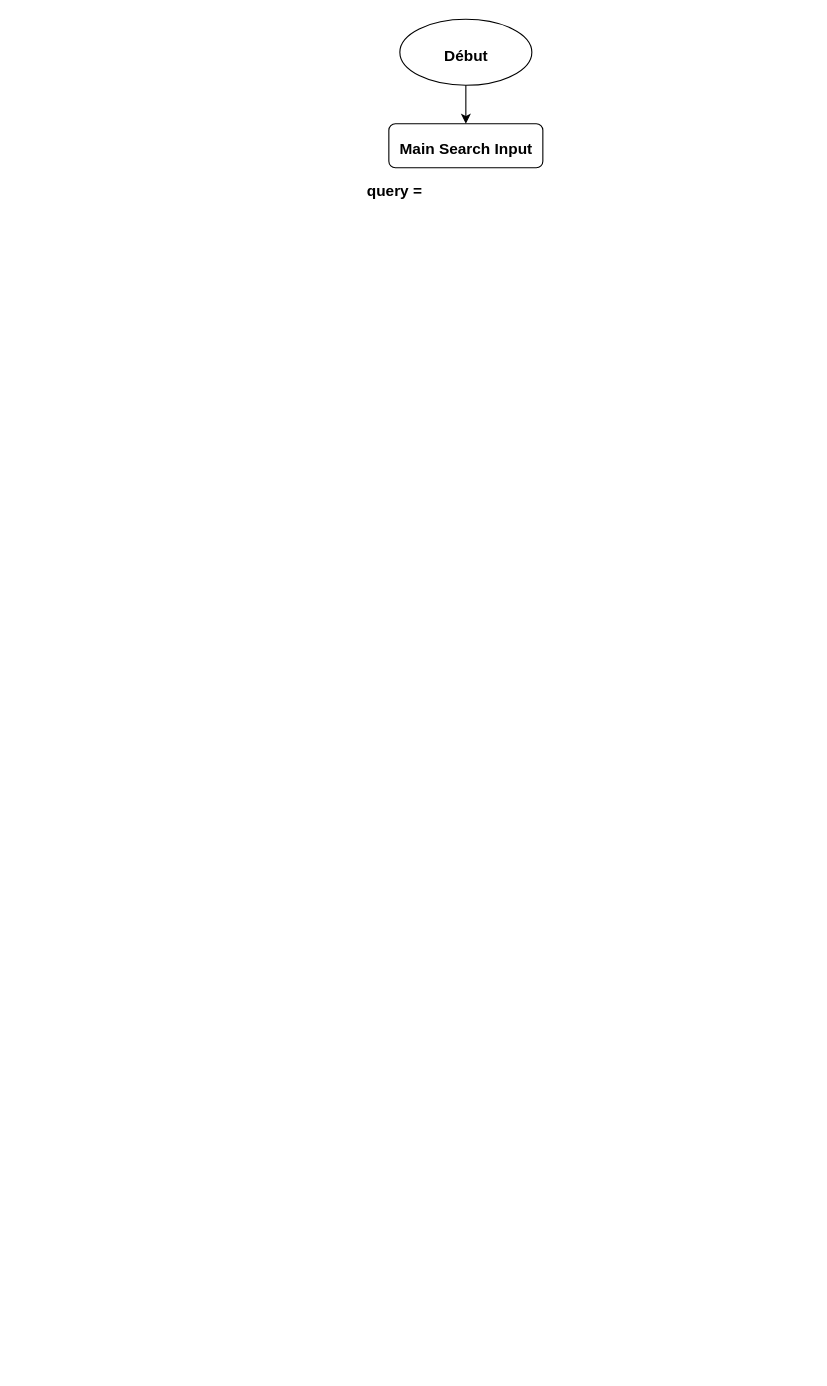
This is array-method.drawio from Matfen2/Les-Petits-Plats, a draw.io file, before an edit. Source tidied: cells renumbered, new cells numbered last; positions are measured from the earlier drawing's top-left corner, leaving out a move shared by most shapes. Both pictures are drawn from the tidied source at 110%, with x=0, y=0 at pixel (366, 19).
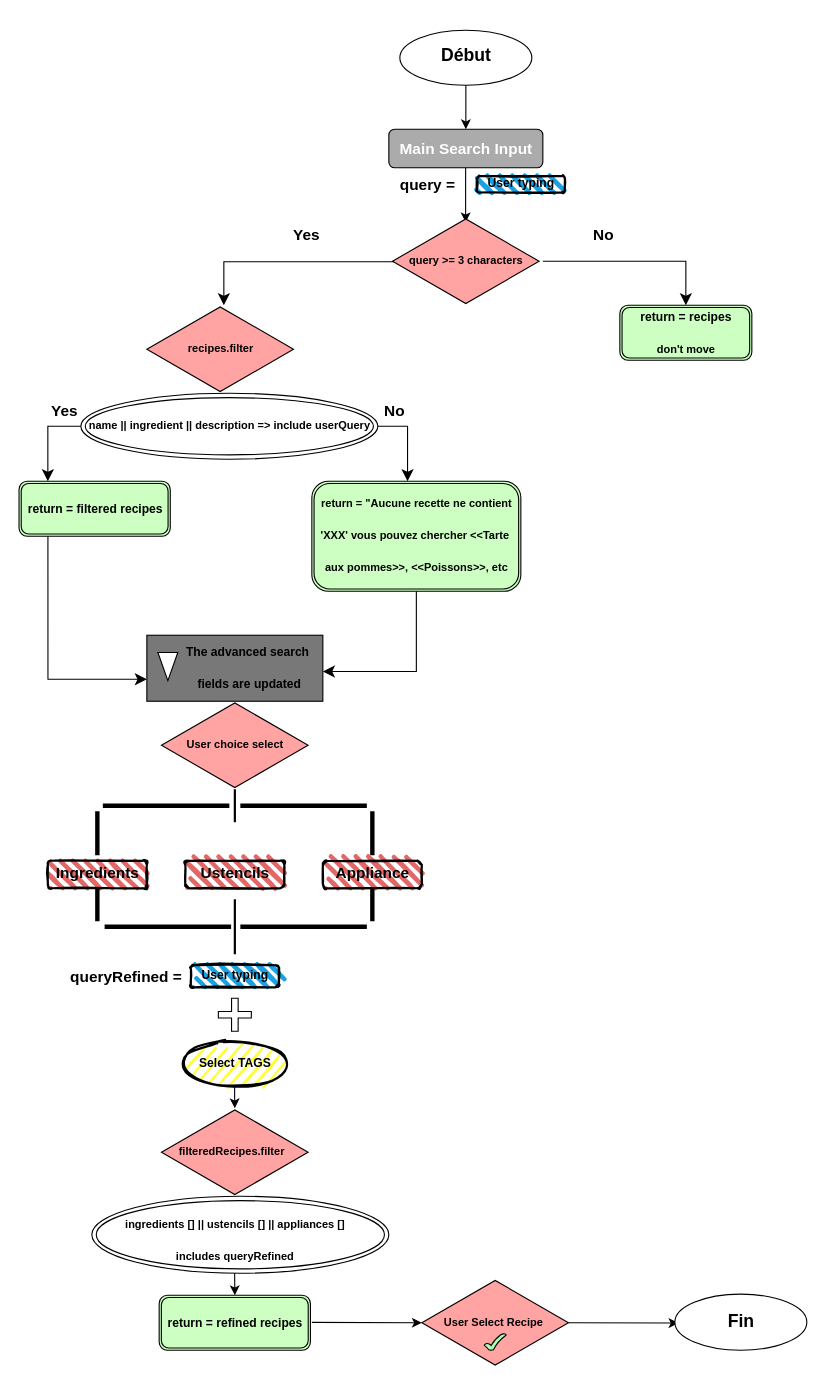
The same page after the edit.

Commit message (it also covers changes not shown here):
Mettre à jour array-method.drawio

What changed in the source:
```diff
@@
     <mxCell id="2" style="ellipse;whiteSpace=wrap;html=1;" parent="1" vertex="1">
-      <mxGeometry x="30" width="120" height="60" as="geometry" />
+      <mxGeometry x="30" y="10" width="120" height="50" as="geometry" />
     </mxCell>
-    <mxCell id="3" style="rounded=1;whiteSpace=wrap;html=1;labelBackgroundColor=#A3A3A3;" parent="1" vertex="1">
-      <mxGeometry x="20" y="95" width="140" height="40" as="geometry" />
+    <mxCell id="3" style="rounded=1;whiteSpace=wrap;html=1;labelBackgroundColor=#A3A3A3;textShadow=0;labelBorderColor=none;fillColor=#ABABAB;" parent="1" vertex="1">
+      <mxGeometry x="20" y="100" width="140" height="35" as="geometry" />
     </mxCell>
-    <mxCell id="4" value="&lt;font style=&quot;font-size: 14px;&quot;&gt;Main Search Input&lt;/font&gt;" style="text;strokeColor=none;fillColor=none;html=1;fontSize=24;fontStyle=1;verticalAlign=middle;align=center;" parent="1" vertex="1">
+    <mxCell id="4" value="&lt;font style=&quot;font-size: 14px; color: rgb(255, 255, 255);&quot;&gt;Main Search Input&lt;/font&gt;" style="text;strokeColor=none;fillColor=none;html=1;fontSize=24;fontStyle=1;verticalAlign=middle;align=center;" parent="1" vertex="1">
       <mxGeometry x="40" y="110" width="100" height="10" as="geometry" />
     </mxCell>
-    <mxCell id="5" value="&lt;span style=&quot;font-size: 14px;&quot;&gt;Début&lt;/span&gt;" style="text;strokeColor=none;fillColor=none;html=1;fontSize=24;fontStyle=1;verticalAlign=middle;align=center;" parent="1" vertex="1">
-      <mxGeometry x="65" y="27.5" width="50" height="5" as="geometry" />
+    <mxCell id="5" value="&lt;font style=&quot;font-size: 16px;&quot;&gt;Début&lt;/font&gt;" style="text;strokeColor=none;fillColor=none;html=1;fontSize=24;fontStyle=1;verticalAlign=middle;align=center;" parent="1" vertex="1">
+      <mxGeometry x="65" y="23.8" width="50" height="12.5" as="geometry" />
     </mxCell>
@@
     <mxCell id="7" value="&lt;span style=&quot;font-size: 14px;&quot;&gt;query =&lt;/span&gt;" style="text;strokeColor=none;fillColor=none;html=1;fontSize=24;fontStyle=1;verticalAlign=middle;align=center;" parent="1" vertex="1">
-      <mxGeometry y="150" width="50" height="5" as="geometry" />
+      <mxGeometry x="30" y="145" width="50" height="5" as="geometry" />
     </mxCell>
+    <mxCell id="8" style="rounded=1;whiteSpace=wrap;html=1;strokeWidth=2;fillWeight=4;hachureGap=8;hachureAngle=45;fillColor=#1ba1e2;sketch=1;" parent="1" vertex="1">
+      <mxGeometry x="100" y="142.5" width="80" height="15" as="geometry" />
+    </mxCell>
+    <mxCell id="9" value="&lt;font style=&quot;font-size: 11px;&quot;&gt;User typing&lt;/font&gt;" style="text;strokeColor=none;fillColor=none;html=1;fontSize=24;fontStyle=1;verticalAlign=middle;align=center;" parent="1" vertex="1">
+      <mxGeometry x="90" y="140" width="100" height="10" as="geometry" />
+    </mxCell>
+    <mxCell id="10" style="endArrow=classic;html=1;rounded=0;entryX=0.499;entryY=0.058;entryDx=0;entryDy=0;entryPerimeter=0;" parent="1" edge="1" target="11">
+      <mxGeometry relative="1" as="geometry">
+        <mxPoint x="89.8" y="135" as="sourcePoint" />
+        <Array as="points">
+          <mxPoint x="89.8" y="145" />
+        </Array>
+      </mxGeometry>
+    </mxCell>
+    <mxCell id="11" style="html=1;whiteSpace=wrap;shape=isoRectangle;labelBackgroundColor=#FF0000;fillColor=#FFA3A3;" parent="1" vertex="1">
+      <mxGeometry x="23.3" y="180" width="133.3" height="80" as="geometry" />
+    </mxCell>
+    <mxCell id="12" value="&lt;font style=&quot;font-size: 10px;&quot;&gt;query &amp;gt;= 3 characters&lt;/font&gt;" style="text;strokeColor=none;fillColor=none;html=1;fontSize=24;fontStyle=1;verticalAlign=middle;align=center;" parent="1" vertex="1">
+      <mxGeometry x="45" y="210" width="90" height="10" as="geometry" />
+    </mxCell>
+    <mxCell id="13" style="edgeStyle=segmentEdgeStyle;endArrow=classic;html=1;curved=0;rounded=0;endSize=8;startSize=8;" parent="1" edge="1">
+      <mxGeometry relative="1" as="geometry">
+        <mxPoint x="160" y="220" as="sourcePoint" />
+        <mxPoint x="290" y="260" as="targetPoint" />
+      </mxGeometry>
+    </mxCell>
+    <mxCell id="14" style="shape=ext;double=1;rounded=1;whiteSpace=wrap;html=1;fillColor=#CCFFC1;" parent="1" vertex="1">
+      <mxGeometry x="230" y="260" width="120" height="50" as="geometry" />
+    </mxCell>
+    <mxCell id="15" value="&lt;font style=&quot;font-size: 11px;&quot;&gt;return = recipes&lt;/font&gt;&lt;div&gt;&lt;span style=&quot;font-size: 10px; background-color: transparent; color: light-dark(rgb(0, 0, 0), rgb(255, 255, 255));&quot;&gt;don't move&lt;/span&gt;&lt;/div&gt;" style="text;strokeColor=none;fillColor=none;html=1;fontSize=24;fontStyle=1;verticalAlign=middle;align=center;" parent="1" vertex="1">
+      <mxGeometry x="242.5" y="280" width="95" as="geometry" />
+    </mxCell>
+    <mxCell id="16" style="edgeStyle=segmentEdgeStyle;endArrow=classic;html=1;curved=0;rounded=0;endSize=8;startSize=8;exitX=0.009;exitY=0.505;exitDx=0;exitDy=0;exitPerimeter=0;" parent="1" edge="1" source="11" target="17">
+      <mxGeometry relative="1" as="geometry">
+        <Array as="points">
+          <mxPoint x="-130" y="220" />
+        </Array>
+      </mxGeometry>
+    </mxCell>
+    <mxCell id="17" style="html=1;whiteSpace=wrap;shape=isoRectangle;labelBackgroundColor=#FF0000;fillColor=#FFA3A3;" parent="1" vertex="1">
+      <mxGeometry x="-200" y="260" width="133.3" height="80" as="geometry" />
+    </mxCell>
+    <mxCell id="18" value="&lt;span style=&quot;font-size: 10px;&quot;&gt;recipes.filter&lt;/span&gt;" style="text;strokeColor=none;fillColor=none;html=1;fontSize=24;fontStyle=1;verticalAlign=middle;align=center;" parent="1" vertex="1">
+      <mxGeometry x="-178.3" y="290" width="90" height="10" as="geometry" />
+    </mxCell>
+    <mxCell id="19" style="ellipse;shape=doubleEllipse;whiteSpace=wrap;html=1;" parent="1" vertex="1">
+      <mxGeometry x="-260" y="340" width="270" height="60" as="geometry" />
+    </mxCell>
+    <mxCell id="20" value="&lt;span style=&quot;font-size: 10px;&quot;&gt;name || ingredient || description =&amp;gt; include userQuery&lt;/span&gt;" style="text;strokeColor=none;fillColor=none;html=1;fontSize=24;fontStyle=1;verticalAlign=middle;align=center;" parent="1" vertex="1">
+      <mxGeometry x="-170" y="360" width="90" height="10" as="geometry" />
+    </mxCell>
+    <mxCell id="21" style="edgeStyle=elbowEdgeStyle;elbow=vertical;endArrow=classic;html=1;curved=0;rounded=0;endSize=8;startSize=8;" parent="1" edge="1">
+      <mxGeometry relative="1" as="geometry">
+        <mxPoint x="10" y="370" as="sourcePoint" />
+        <mxPoint x="37" y="420" as="targetPoint" />
+        <Array as="points">
+          <mxPoint x="40" y="370" />
+        </Array>
+      </mxGeometry>
+    </mxCell>
+    <mxCell id="22" style="edgeStyle=elbowEdgeStyle;elbow=horizontal;endArrow=classic;html=1;curved=0;rounded=0;endSize=8;startSize=8;exitX=0;exitY=0.5;exitDx=0;exitDy=0;" parent="1" edge="1" source="19">
+      <mxGeometry relative="1" as="geometry">
+        <mxPoint x="-290" y="420" as="targetPoint" />
+        <Array as="points">
+          <mxPoint x="-290" y="350" />
+        </Array>
+      </mxGeometry>
+    </mxCell>
+    <mxCell id="23" style="shape=ext;double=1;rounded=1;whiteSpace=wrap;html=1;fillColor=#CCFFC1;" parent="1" vertex="1">
+      <mxGeometry x="-50" y="420" width="190" height="100" as="geometry" />
+    </mxCell>
+    <mxCell id="24" value="&lt;span style=&quot;font-size: 10px;&quot;&gt;return = &quot;Aucune recette ne contient&lt;/span&gt;&lt;div&gt;&lt;span style=&quot;font-size: 10px;&quot;&gt;'XXX' vous pouvez chercher &amp;lt;&amp;lt;Tarte&amp;nbsp;&lt;/span&gt;&lt;/div&gt;&lt;div&gt;&lt;span style=&quot;font-size: 10px;&quot;&gt;aux pommes&amp;gt;&amp;gt;, &amp;lt;&amp;lt;Poissons&amp;gt;&amp;gt;, etc&lt;/span&gt;&lt;/div&gt;" style="text;strokeColor=none;fillColor=none;html=1;fontSize=24;fontStyle=1;verticalAlign=middle;align=center;spacing=0;" parent="1" vertex="1">
+      <mxGeometry y="460" width="90" height="10" as="geometry" />
+    </mxCell>
+    <mxCell id="25" style="shape=ext;double=1;rounded=1;whiteSpace=wrap;html=1;fillColor=#CCFFC1;" parent="1" vertex="1">
+      <mxGeometry x="-316.2" y="420" width="137.5" height="50" as="geometry" />
+    </mxCell>
+    <mxCell id="26" value="&lt;font style=&quot;font-size: 11px;&quot;&gt;return = filtered recipes&lt;/font&gt;" style="text;strokeColor=none;fillColor=none;html=1;fontSize=24;fontStyle=1;verticalAlign=middle;align=center;" parent="1" vertex="1">
+      <mxGeometry x="-295" y="440" width="95" as="geometry" />
+    </mxCell>
+    <mxCell id="27" style="edgeStyle=segmentEdgeStyle;endArrow=classic;html=1;curved=0;rounded=0;endSize=8;startSize=8;exitX=0.191;exitY=1;exitDx=0;exitDy=0;exitPerimeter=0;" parent="1" edge="1" source="25">
+      <mxGeometry relative="1" as="geometry">
+        <mxPoint x="-200" y="600" as="targetPoint" />
+        <Array as="points">
+          <mxPoint x="-290" y="600" />
+        </Array>
+      </mxGeometry>
+    </mxCell>
+    <mxCell id="28" style="rounded=0;whiteSpace=wrap;html=1;fillColor=#787878;" parent="1" vertex="1">
+      <mxGeometry x="-200" y="560" width="160" height="60" as="geometry" />
+    </mxCell>
+    <mxCell id="29" style="triangle;whiteSpace=wrap;html=1;rotation=90;" parent="1" vertex="1">
+      <mxGeometry x="-193.7" y="579.4" width="25.6" height="18.1" as="geometry" />
+    </mxCell>
+    <mxCell id="30" value="&lt;span style=&quot;font-size: 11px;&quot;&gt;The advanced search&amp;nbsp;&lt;/span&gt;&lt;div&gt;&lt;span style=&quot;font-size: 11px;&quot;&gt;fields are updated&lt;/span&gt;&lt;/div&gt;" style="text;strokeColor=none;fillColor=none;html=1;fontSize=24;fontStyle=1;verticalAlign=middle;align=center;" parent="1" vertex="1">
+      <mxGeometry x="-155" y="584.7" width="95" as="geometry" />
+    </mxCell>
+    <mxCell id="31" style="edgeStyle=segmentEdgeStyle;endArrow=classic;html=1;curved=0;rounded=0;endSize=8;startSize=8;exitX=0.5;exitY=1;exitDx=0;exitDy=0;" parent="1" edge="1" source="23">
+      <mxGeometry relative="1" as="geometry">
+        <mxPoint x="-40" y="593" as="targetPoint" />
+        <Array as="points">
+          <mxPoint x="45" y="593" />
+        </Array>
+      </mxGeometry>
+    </mxCell>
+    <mxCell id="32" style="html=1;whiteSpace=wrap;shape=isoRectangle;labelBackgroundColor=#FF0000;fillColor=#FFA3A3;" parent="1" vertex="1">
+      <mxGeometry x="-186.7" y="620" width="133.3" height="80" as="geometry" />
+    </mxCell>
+    <mxCell id="33" value="&lt;span style=&quot;font-size: 10px;&quot;&gt;User choice select&lt;/span&gt;" style="text;strokeColor=none;fillColor=none;html=1;fontSize=24;fontStyle=1;verticalAlign=middle;align=center;" parent="1" vertex="1">
+      <mxGeometry x="-165" y="650" width="90" height="10" as="geometry" />
+    </mxCell>
+    <mxCell id="34" style="line;strokeWidth=2;direction=south;html=1;" parent="1" vertex="1">
+      <mxGeometry x="-125" y="700" width="10" height="30" as="geometry" />
+    </mxCell>
+    <mxCell id="35" style="line;strokeWidth=4;html=1;perimeter=backbonePerimeter;" parent="1" vertex="1">
+      <mxGeometry x="-115" y="710" width="115" height="10" as="geometry" />
+    </mxCell>
+    <mxCell id="36" style="line;strokeWidth=4;direction=south;html=1;perimeter=backbonePerimeter;" parent="1" vertex="1">
+      <mxGeometry y="720" width="10" height="40" as="geometry" />
+    </mxCell>
+    <mxCell id="37" style="rounded=1;whiteSpace=wrap;html=1;strokeWidth=2;fillWeight=4;hachureGap=8;hachureAngle=45;fillColor=#E26767;sketch=1;" parent="1" vertex="1">
+      <mxGeometry x="-290" y="765" width="90" height="25" as="geometry" />
+    </mxCell>
+    <mxCell id="38" style="line;strokeWidth=4;html=1;perimeter=backbonePerimeter;" parent="1" vertex="1">
+      <mxGeometry x="-240" y="710" width="115" height="10" as="geometry" />
+    </mxCell>
+    <mxCell id="39" style="line;strokeWidth=4;direction=south;html=1;perimeter=backbonePerimeter;" parent="1" vertex="1">
+      <mxGeometry x="-250" y="720" width="10" height="40" as="geometry" />
+    </mxCell>
+    <mxCell id="40" style="rounded=1;whiteSpace=wrap;html=1;strokeWidth=2;fillWeight=4;hachureGap=8;hachureAngle=45;fillColor=#E26767;sketch=1;" parent="1" vertex="1">
+      <mxGeometry x="-165" y="765" width="90" height="25" as="geometry" />
+    </mxCell>
+    <mxCell id="41" style="rounded=1;whiteSpace=wrap;html=1;strokeWidth=2;fillWeight=4;hachureGap=8;hachureAngle=45;fillColor=#E26767;sketch=1;" parent="1" vertex="1">
+      <mxGeometry x="-40" y="765" width="90" height="25" as="geometry" />
+    </mxCell>
+    <mxCell id="42" value="&lt;font style=&quot;font-size: 14px;&quot;&gt;Ingredients&lt;/font&gt;" style="text;strokeColor=none;fillColor=none;html=1;fontSize=24;fontStyle=1;verticalAlign=middle;align=center;" parent="1" vertex="1">
+      <mxGeometry x="-290" y="770" width="90" height="5" as="geometry" />
+    </mxCell>
+    <mxCell id="43" value="&lt;span style=&quot;font-size: 14px;&quot;&gt;Ustencils&lt;/span&gt;" style="text;strokeColor=none;fillColor=none;html=1;fontSize=24;fontStyle=1;verticalAlign=middle;align=center;" parent="1" vertex="1">
+      <mxGeometry x="-165" y="770" width="90" height="5" as="geometry" />
+    </mxCell>
+    <mxCell id="44" value="&lt;span style=&quot;font-size: 14px;&quot;&gt;Appliance&lt;/span&gt;" style="text;strokeColor=none;fillColor=none;html=1;fontSize=24;fontStyle=1;verticalAlign=middle;align=center;" parent="1" vertex="1">
+      <mxGeometry x="-40" y="770" width="90" height="5" as="geometry" />
+    </mxCell>
+    <mxCell id="45" style="line;strokeWidth=2;direction=south;html=1;" parent="1" vertex="1">
+      <mxGeometry x="-125" y="800" width="10" height="50" as="geometry" />
+    </mxCell>
+    <mxCell id="46" style="line;strokeWidth=4;direction=south;html=1;perimeter=backbonePerimeter;" parent="1" vertex="1">
+      <mxGeometry y="790" width="10" height="30" as="geometry" />
+    </mxCell>
+    <mxCell id="47" style="line;strokeWidth=4;html=1;perimeter=backbonePerimeter;" parent="1" vertex="1">
+      <mxGeometry x="-115" y="820" width="115" height="10" as="geometry" />
+    </mxCell>
+    <mxCell id="48" style="line;strokeWidth=4;direction=south;html=1;perimeter=backbonePerimeter;" parent="1" vertex="1">
+      <mxGeometry x="-250" y="790" width="10" height="30" as="geometry" />
+    </mxCell>
+    <mxCell id="49" style="line;strokeWidth=4;html=1;perimeter=backbonePerimeter;" parent="1" vertex="1">
+      <mxGeometry x="-238.4" y="820" width="115" height="10" as="geometry" />
+    </mxCell>
+    <mxCell id="50" style="rounded=1;whiteSpace=wrap;html=1;strokeWidth=2;fillWeight=4;hachureGap=8;hachureAngle=45;fillColor=#1ba1e2;sketch=1;" parent="1" vertex="1">
+      <mxGeometry x="-160" y="860" width="80" height="20" as="geometry" />
+    </mxCell>
+    <mxCell id="51" value="&lt;font style=&quot;font-size: 11px;&quot;&gt;User typing&lt;/font&gt;" style="text;strokeColor=none;fillColor=none;html=1;fontSize=24;fontStyle=1;verticalAlign=middle;align=center;" parent="1" vertex="1">
+      <mxGeometry x="-170" y="860" width="100" height="10" as="geometry" />
+    </mxCell>
+    <mxCell id="52" value="&lt;span style=&quot;font-size: 14px;&quot;&gt;queryRefined =&lt;/span&gt;" style="text;strokeColor=none;fillColor=none;html=1;fontSize=24;fontStyle=1;verticalAlign=middle;align=center;" parent="1" vertex="1">
+      <mxGeometry x="-243.7" y="865" width="50" height="5" as="geometry" />
+    </mxCell>
+    <mxCell id="53" style="shape=cross;whiteSpace=wrap;html=1;" parent="1" vertex="1">
+      <mxGeometry x="-135" y="890" width="30" height="30" as="geometry" />
+    </mxCell>
+    <mxCell id="54" style="ellipse;whiteSpace=wrap;html=1;strokeWidth=2;fillWeight=2;hachureGap=8;fillColor=#FFFF38;fillStyle=dots;sketch=1;" parent="1" vertex="1">
+      <mxGeometry x="-170" y="930" width="100" height="40" as="geometry" />
+    </mxCell>
+    <mxCell id="55" value="&lt;span style=&quot;font-size: 11px;&quot;&gt;Select TAGS&lt;/span&gt;" style="text;strokeColor=none;fillColor=none;html=1;fontSize=24;fontStyle=1;verticalAlign=middle;align=center;" parent="1" vertex="1">
+      <mxGeometry x="-170" y="940" width="100" height="10" as="geometry" />
+    </mxCell>
+    <mxCell id="56" style="endArrow=classic;html=1;rounded=0;" parent="1" edge="1">
+      <mxGeometry relative="1" as="geometry">
+        <mxPoint x="-120.2" y="970" as="sourcePoint" />
+        <mxPoint x="-120" y="990" as="targetPoint" />
+        <Array as="points">
+          <mxPoint x="-120.2" y="980" />
+        </Array>
+      </mxGeometry>
+    </mxCell>
+    <mxCell id="57" style="html=1;whiteSpace=wrap;shape=isoRectangle;labelBackgroundColor=#FF0000;fillColor=#FFA3A3;" parent="1" vertex="1">
+      <mxGeometry x="-186.7" y="990" width="133.3" height="80" as="geometry" />
+    </mxCell>
+    <mxCell id="58" value="&lt;span style=&quot;font-size: 10px;&quot;&gt;filteredRecipes.filter&lt;/span&gt;" style="text;strokeColor=none;fillColor=none;html=1;fontSize=24;fontStyle=1;verticalAlign=middle;align=center;" parent="1" vertex="1">
+      <mxGeometry x="-168.1" y="1020" width="90" height="10" as="geometry" />
+    </mxCell>
+    <mxCell id="59" style="ellipse;shape=doubleEllipse;whiteSpace=wrap;html=1;" parent="1" vertex="1">
+      <mxGeometry x="-250" y="1070" width="270" height="70" as="geometry" />
+    </mxCell>
+    <mxCell id="60" value="&lt;span style=&quot;font-size: 10px;&quot;&gt;ingredients [] || ustencils [] || appliances []&lt;/span&gt;&lt;div&gt;&lt;span style=&quot;font-size: 10px;&quot;&gt;includes queryRefined&lt;/span&gt;&lt;/div&gt;" style="text;strokeColor=none;fillColor=none;html=1;fontSize=24;fontStyle=1;verticalAlign=middle;align=center;" parent="1" vertex="1">
+      <mxGeometry x="-165" y="1100" width="90" height="10" as="geometry" />
+    </mxCell>
+    <mxCell id="61" style="endArrow=classic;html=1;rounded=0;" parent="1" edge="1">
+      <mxGeometry relative="1" as="geometry">
+        <mxPoint x="-120.2" y="1140" as="sourcePoint" />
+        <mxPoint x="-120" y="1160" as="targetPoint" />
+      </mxGeometry>
+    </mxCell>
+    <mxCell id="62" style="shape=ext;double=1;rounded=1;whiteSpace=wrap;html=1;fillColor=#CCFFC1;" parent="1" vertex="1">
+      <mxGeometry x="-188.8" y="1160" width="137.5" height="50" as="geometry" />
+    </mxCell>
+    <mxCell id="63" value="&lt;font style=&quot;font-size: 11px;&quot;&gt;return = refined recipes&lt;/font&gt;" style="text;strokeColor=none;fillColor=none;html=1;fontSize=24;fontStyle=1;verticalAlign=middle;align=center;" parent="1" vertex="1">
+      <mxGeometry x="-167.5" y="1180" width="95" as="geometry" />
+    </mxCell>
+    <mxCell id="64" style="endArrow=classic;html=1;rounded=0;" parent="1" edge="1">
+      <mxGeometry relative="1" as="geometry">
+        <mxPoint x="-50" y="1184.7" as="sourcePoint" />
+        <mxPoint x="50" y="1185" as="targetPoint" />
+      </mxGeometry>
+    </mxCell>
+    <mxCell id="65" style="html=1;whiteSpace=wrap;shape=isoRectangle;labelBackgroundColor=#FF0000;fillColor=#FFA3A3;" parent="1" vertex="1">
+      <mxGeometry x="50" y="1145" width="133.3" height="80" as="geometry" />
+    </mxCell>
+    <mxCell id="66" value="&lt;span style=&quot;font-size: 10px;&quot;&gt;User Select Recipe&lt;/span&gt;" style="text;strokeColor=none;fillColor=none;html=1;fontSize=24;fontStyle=1;verticalAlign=middle;align=center;" parent="1" vertex="1">
+      <mxGeometry x="70" y="1175" width="90" height="10" as="geometry" />
+    </mxCell>
+    <mxCell id="67" style="verticalLabelPosition=bottom;verticalAlign=top;html=1;shape=mxgraph.basic.tick;fillColor=#ADFFB2;" parent="1" vertex="1">
+      <mxGeometry x="106.7" y="1195" width="20" height="15" as="geometry" />
+    </mxCell>
+    <mxCell id="68" style="endArrow=classic;html=1;rounded=0;" parent="1" edge="1">
+      <mxGeometry relative="1" as="geometry">
+        <mxPoint x="183.3" y="1185" as="sourcePoint" />
+        <mxPoint x="283.3" y="1185.3" as="targetPoint" />
+      </mxGeometry>
+    </mxCell>
+    <mxCell id="69" style="ellipse;whiteSpace=wrap;html=1;" parent="1" vertex="1">
+      <mxGeometry x="280" y="1159" width="120" height="51" as="geometry" />
+    </mxCell>
+    <mxCell id="70" value="&lt;span style=&quot;font-size: 16px;&quot;&gt;Fin&lt;/span&gt;" style="text;strokeColor=none;fillColor=none;html=1;fontSize=24;fontStyle=1;verticalAlign=middle;align=center;" parent="1" vertex="1">
+      <mxGeometry x="315" y="1175" width="50" height="12.5" as="geometry" />
+    </mxCell>
+    <mxCell id="71" value="&lt;span style=&quot;font-size: 14px;&quot;&gt;Yes&lt;/span&gt;" style="text;strokeColor=none;fillColor=none;html=1;fontSize=24;fontStyle=1;verticalAlign=middle;align=center;" parent="1" vertex="1">
+      <mxGeometry x="-80" y="190" width="50" height="5" as="geometry" />
+    </mxCell>
+    <mxCell id="72" value="&lt;span style=&quot;font-size: 14px;&quot;&gt;Yes&lt;/span&gt;" style="text;strokeColor=none;fillColor=none;html=1;fontSize=24;fontStyle=1;verticalAlign=middle;align=center;" parent="1" vertex="1">
+      <mxGeometry x="-300" y="350" width="50" height="5" as="geometry" />
+    </mxCell>
+    <mxCell id="73" value="&lt;span style=&quot;font-size: 14px;&quot;&gt;No&lt;/span&gt;" style="text;strokeColor=none;fillColor=none;html=1;fontSize=24;fontStyle=1;verticalAlign=middle;align=center;" parent="1" vertex="1">
+      <mxGeometry x="190" y="190" width="50" height="5" as="geometry" />
+    </mxCell>
+    <mxCell id="74" value="&lt;span style=&quot;font-size: 14px;&quot;&gt;No&lt;/span&gt;" style="text;strokeColor=none;fillColor=none;html=1;fontSize=24;fontStyle=1;verticalAlign=middle;align=center;" parent="1" vertex="1">
+      <mxGeometry y="350" width="50" height="5" as="geometry" />
+    </mxCell>
```
